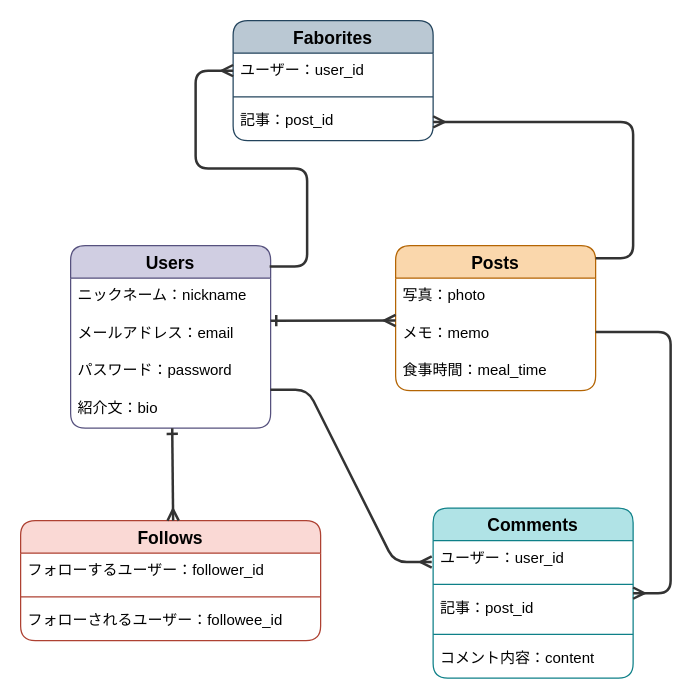
Above: ER.dio in hara0510/eatlog (draw.io), before the change. Source tidied: cells renumbered, new cells numbered last; positions are measured from the earlier drawing's top-left corner, leaving out a move shared by most shapes. Both pictures are drawn from the tidied source at 125%, with x=0, y=0 at pixel (20, 20).
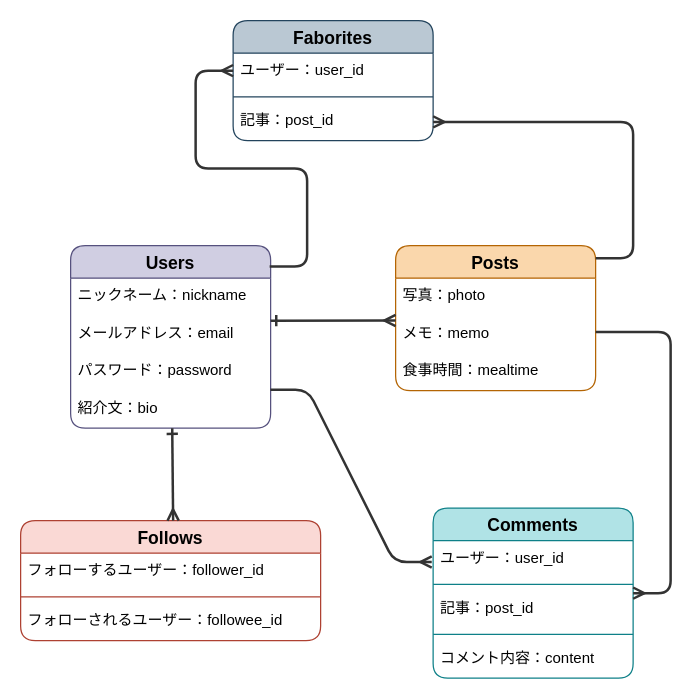
Above is the later version.

Unchanged cells that the change refers to:
```xml
<mxCell id="7" value="Posts" style="swimlane;fontStyle=1;horizontal=1;startSize=26;align=center;fontSize=14;fillColor=#fad7ac;strokeColor=#b46504;rounded=1;fontColor=#000000;" parent="1" vertex="1">
  <mxGeometry x="300" y="180" width="160" height="116" as="geometry" />
</mxCell>
```

Change to the diagram source:
```diff
@@
-    <mxCell id="10" value="食事時間：meal_time" style="text;strokeColor=none;fillColor=none;spacingLeft=4;spacingRight=4;overflow=hidden;fontSize=12;fontColor=#000000;" parent="7" vertex="1">
+    <mxCell id="10" value="食事時間：mealtime" style="text;strokeColor=none;fillColor=none;spacingLeft=4;spacingRight=4;overflow=hidden;fontSize=12;fontColor=#000000;" parent="7" vertex="1">
       <mxGeometry y="86" width="160" height="30" as="geometry" />
     </mxCell>
```
